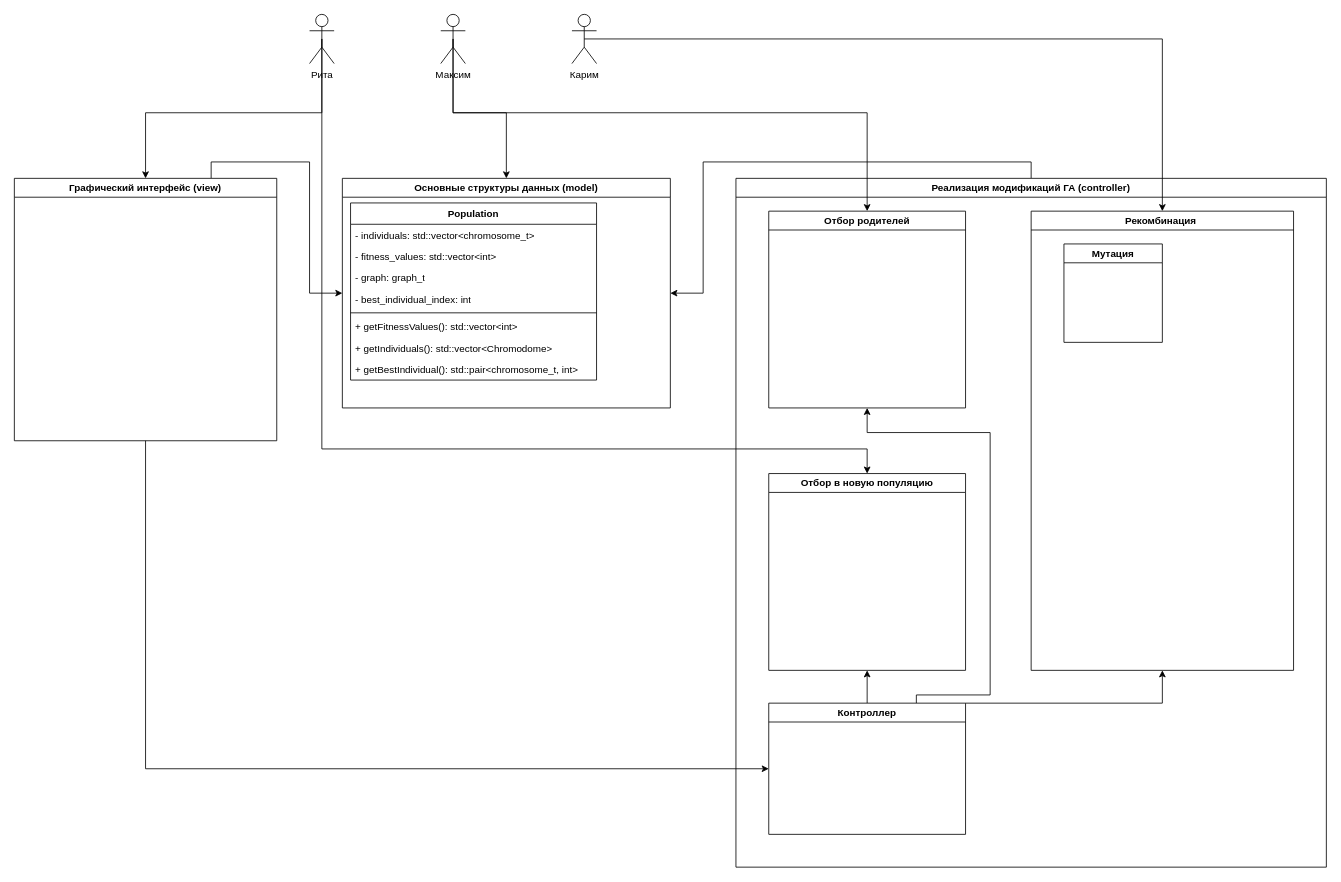
zwphyro/TSP_GA keeps this draw.io diagram as additional-files/design.drawio. Above is the earlier version. Source tidied: cells renumbered, new cells numbered last; positions are measured from the earlier drawing's top-left corner, leaving out a move shared by most shapes. Both pictures are drawn from the tidied source at 82%, with x=0, y=0 at pixel (14, 14).
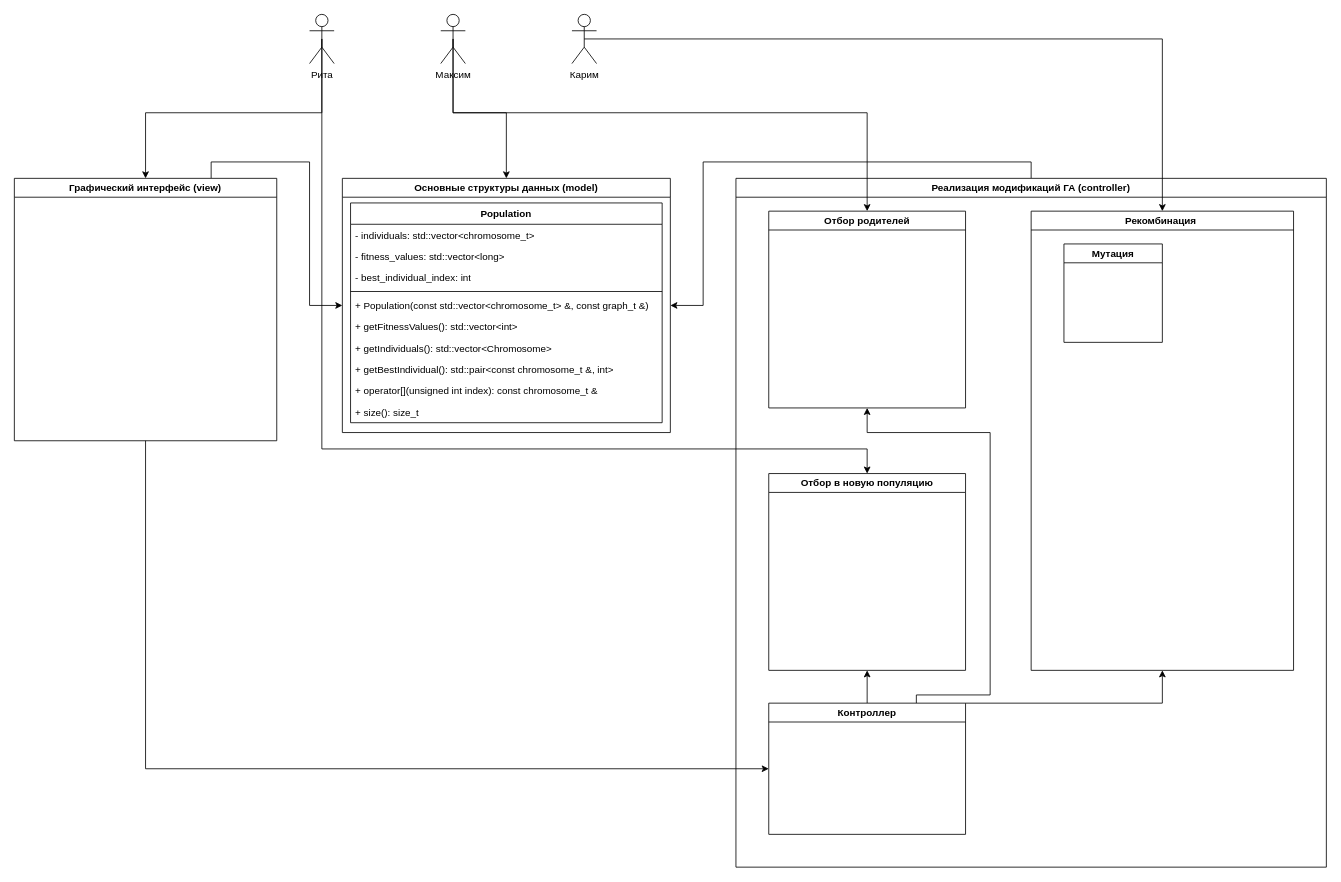
After the change.

Diff of the diagram source:
```diff
@@
     <mxCell id="15" value="Основные структуры данных (model)" style="swimlane;whiteSpace=wrap;html=1;" parent="1" vertex="1">
-      <mxGeometry x="400" y="200" width="400" height="280" as="geometry" />
+      <mxGeometry x="400" y="200" width="400" height="310" as="geometry" />
     </mxCell>
     <mxCell id="16" value="Population" style="swimlane;fontStyle=1;align=center;verticalAlign=top;horizontal=1;startSize=26;whiteSpace=wrap;html=1;" parent="15" vertex="1">
-      <mxGeometry x="10" y="30" width="300" height="216" as="geometry" />
+      <mxGeometry x="10" y="30" width="380" height="268" as="geometry" />
     </mxCell>
     <mxCell id="17" value="- individuals: std::vector&amp;lt;chromosome_t&amp;gt;" style="text;strokeColor=none;fillColor=none;align=left;verticalAlign=top;spacingLeft=4;spacingRight=4;overflow=hidden;whiteSpace=wrap;html=1;" parent="16" vertex="1">
-      <mxGeometry y="26" width="300" height="26" as="geometry" />
+      <mxGeometry y="26" width="380" height="26" as="geometry" />
     </mxCell>
-    <mxCell id="18" value="- fitness_values: std::vector&amp;lt;int&amp;gt;" style="text;strokeColor=none;fillColor=none;align=left;verticalAlign=top;spacingLeft=4;spacingRight=4;overflow=hidden;whiteSpace=wrap;html=1;" parent="16" vertex="1">
-      <mxGeometry y="52" width="300" height="26" as="geometry" />
+    <mxCell id="18" value="- fitness_values: std::vector&amp;lt;long&amp;gt;" style="text;strokeColor=none;fillColor=none;align=left;verticalAlign=top;spacingLeft=4;spacingRight=4;overflow=hidden;whiteSpace=wrap;html=1;" parent="16" vertex="1">
+      <mxGeometry y="52" width="380" height="26" as="geometry" />
     </mxCell>
-    <mxCell id="19" value="- graph: graph_t" style="text;strokeColor=none;fillColor=none;align=left;verticalAlign=top;spacingLeft=4;spacingRight=4;overflow=hidden;whiteSpace=wrap;html=1;" parent="16" vertex="1">
-      <mxGeometry y="78" width="300" height="26" as="geometry" />
-    </mxCell>
     <mxCell id="20" value="- best_individual_index: int" style="text;strokeColor=none;fillColor=none;align=left;verticalAlign=top;spacingLeft=4;spacingRight=4;overflow=hidden;whiteSpace=wrap;html=1;" parent="16" vertex="1">
-      <mxGeometry y="104" width="300" height="26" as="geometry" />
+      <mxGeometry y="78" width="380" height="26" as="geometry" />
     </mxCell>
     <mxCell id="21" style="line;strokeWidth=1;fillColor=none;align=left;verticalAlign=middle;spacingTop=-1;spacingLeft=3;spacingRight=3;labelPosition=right;strokeColor=inherit;" parent="16" vertex="1">
-      <mxGeometry y="130" width="300" height="8" as="geometry" />
+      <mxGeometry y="104" width="380" height="8" as="geometry" />
     </mxCell>
+    <mxCell id="33" value="+ Population(const std::vector&amp;lt;chromosome_t&amp;gt; &amp;amp;, const graph_t &amp;amp;)" style="text;strokeColor=none;fillColor=none;align=left;verticalAlign=top;spacingLeft=4;spacingRight=4;overflow=hidden;whiteSpace=wrap;html=1;" parent="16" vertex="1">
+      <mxGeometry y="112" width="380" height="26" as="geometry" />
+    </mxCell>
     <mxCell id="22" value="+ getFitnessValues(): std::vector&amp;lt;int&amp;gt;" style="text;strokeColor=none;fillColor=none;align=left;verticalAlign=top;spacingLeft=4;spacingRight=4;overflow=hidden;whiteSpace=wrap;html=1;" parent="16" vertex="1">
-      <mxGeometry y="138" width="300" height="26" as="geometry" />
+      <mxGeometry y="138" width="380" height="26" as="geometry" />
     </mxCell>
-    <mxCell id="23" value="+ getIndividuals(): std::vector&amp;lt;Chromodome&amp;gt;" style="text;strokeColor=none;fillColor=none;align=left;verticalAlign=top;spacingLeft=4;spacingRight=4;overflow=hidden;whiteSpace=wrap;html=1;" parent="16" vertex="1">
-      <mxGeometry y="164" width="300" height="26" as="geometry" />
+    <mxCell id="23" value="+ getIndividuals(): std::vector&amp;lt;Chromosome&amp;gt;" style="text;strokeColor=none;fillColor=none;align=left;verticalAlign=top;spacingLeft=4;spacingRight=4;overflow=hidden;whiteSpace=wrap;html=1;" parent="16" vertex="1">
+      <mxGeometry y="164" width="380" height="26" as="geometry" />
     </mxCell>
-    <mxCell id="24" value="+ getBestIndividual(): std::pair&amp;lt;chromosome_t, int&amp;gt;" style="text;strokeColor=none;fillColor=none;align=left;verticalAlign=top;spacingLeft=4;spacingRight=4;overflow=hidden;whiteSpace=wrap;html=1;" parent="16" vertex="1">
-      <mxGeometry y="190" width="300" height="26" as="geometry" />
+    <mxCell id="24" value="+ getBestIndividual(): std::pair&amp;lt;const chromosome_t &amp;amp;, int&amp;gt;" style="text;strokeColor=none;fillColor=none;align=left;verticalAlign=top;spacingLeft=4;spacingRight=4;overflow=hidden;whiteSpace=wrap;html=1;" parent="16" vertex="1">
+      <mxGeometry y="190" width="380" height="26" as="geometry" />
     </mxCell>
+    <mxCell id="34" value="+ operator[](unsigned int index): const chromosome_t &amp;amp;" style="text;strokeColor=none;fillColor=none;align=left;verticalAlign=top;spacingLeft=4;spacingRight=4;overflow=hidden;whiteSpace=wrap;html=1;" parent="16" vertex="1">
+      <mxGeometry y="216" width="380" height="26" as="geometry" />
+    </mxCell>
+    <mxCell id="35" value="+ size(): size_t" style="text;strokeColor=none;fillColor=none;align=left;verticalAlign=top;spacingLeft=4;spacingRight=4;overflow=hidden;whiteSpace=wrap;html=1;" parent="16" vertex="1">
+      <mxGeometry y="242" width="380" height="26" as="geometry" />
+    </mxCell>
```
